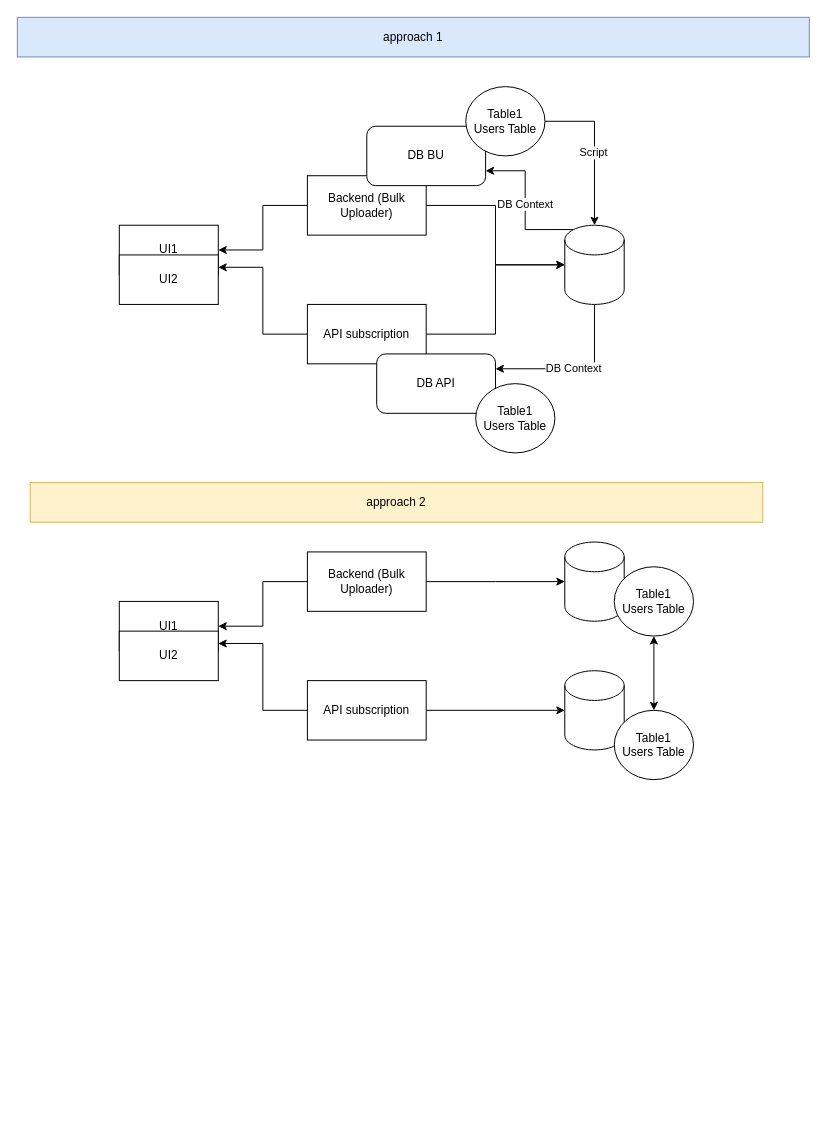
The draw.io diagram page "Page-2" (2 of 2) of Untitled Diagram.drawio in varun-kum/CloudAvenue-Architecture-Center, before the edit. Source tidied: cells renumbered, new cells numbered last; positions are measured from the earlier drawing's top-left corner, leaving out a move shared by most shapes. Both pictures are drawn from the tidied source at 99%, with x=0, y=0 at pixel (17, 17).
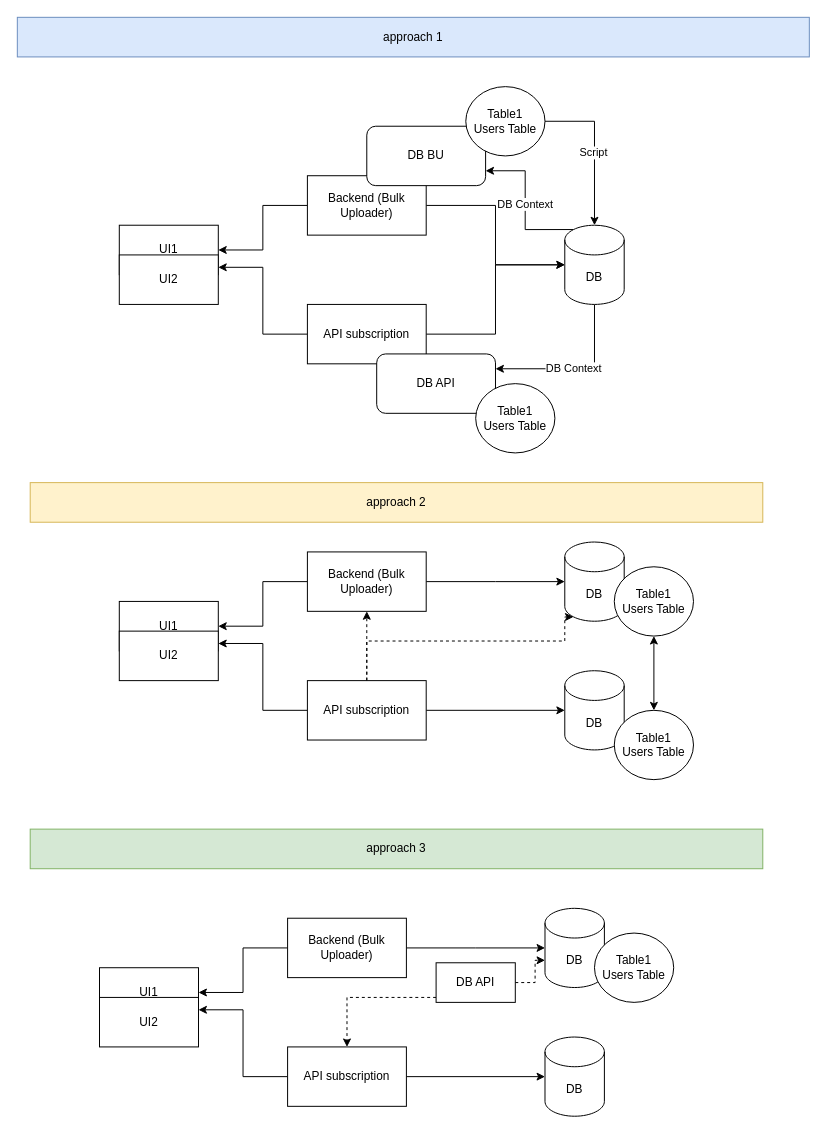
Above is the later version.

The change refers to these unchanged cells:
```xml
<mxCell id="17" value="Backend (Bulk Uploader)" style="rounded=0;whiteSpace=wrap;html=1;" parent="1" vertex="1">
  <mxGeometry x="293" y="540" width="120" height="60" as="geometry" />
</mxCell>
<mxCell id="22" value="API subscription" style="rounded=0;whiteSpace=wrap;html=1;" parent="1" vertex="1">
  <mxGeometry x="293" y="670" width="120" height="60" as="geometry" />
</mxCell>
```

Change to the diagram source:
```diff
@@
-    <mxCell id="9" style="shape=cylinder3;whiteSpace=wrap;html=1;boundedLbl=1;backgroundOutline=1;size=15;" parent="1" vertex="1">
+    <mxCell id="9" value="DB" style="shape=cylinder3;whiteSpace=wrap;html=1;boundedLbl=1;backgroundOutline=1;size=15;" parent="1" vertex="1">
       <mxGeometry x="553" y="210" width="60" height="80" as="geometry" />
     </mxCell>
@@
-    <mxCell id="18" style="shape=cylinder3;whiteSpace=wrap;html=1;boundedLbl=1;backgroundOutline=1;size=15;" parent="1" vertex="1">
+    <mxCell id="18" value="DB" style="shape=cylinder3;whiteSpace=wrap;html=1;boundedLbl=1;backgroundOutline=1;size=15;" parent="1" vertex="1">
       <mxGeometry x="553" y="530" width="60" height="80" as="geometry" />
     </mxCell>
@@
+    <mxCell id="35" style="edgeStyle=orthogonalEdgeStyle;rounded=0;jettySize=auto;html=1;entryX=0.145;entryY=1;entryDx=0;entryDy=-4.35;entryPerimeter=0;dashed=1;" parent="1" edge="1" source="22" target="18">
+      <mxGeometry relative="1" as="geometry">
+        <Array as="points">
+          <mxPoint x="353" y="630" />
+          <mxPoint x="553" y="630" />
+          <mxPoint x="553" y="606" />
+        </Array>
+      </mxGeometry>
+    </mxCell>
+    <mxCell id="36" style="edgeStyle=orthogonalEdgeStyle;rounded=0;jettySize=auto;html=1;entryX=0.5;entryY=1;entryDx=0;entryDy=0;dashed=1;" parent="1" edge="1" source="22" target="17">
+      <mxGeometry relative="1" as="geometry" />
+    </mxCell>
@@
-    <mxCell id="23" style="shape=cylinder3;whiteSpace=wrap;html=1;boundedLbl=1;backgroundOutline=1;size=15;" parent="1" vertex="1">
+    <mxCell id="23" value="DB" style="shape=cylinder3;whiteSpace=wrap;html=1;boundedLbl=1;backgroundOutline=1;size=15;" parent="1" vertex="1">
       <mxGeometry x="553" y="660" width="60" height="80" as="geometry" />
     </mxCell>
@@
+    <mxCell id="37" value="approach 3" style="rounded=0;whiteSpace=wrap;html=1;fillColor=#d5e8d4;strokeColor=#82b366;" parent="1" vertex="1">
+      <mxGeometry x="13" y="820" width="740" height="40" as="geometry" />
+    </mxCell>
+    <mxCell id="38" value="UI1" style="rounded=0;whiteSpace=wrap;html=1;" parent="1" vertex="1">
+      <mxGeometry x="83" y="960" width="100" height="50" as="geometry" />
+    </mxCell>
+    <mxCell id="39" style="edgeStyle=orthogonalEdgeStyle;rounded=0;jettySize=auto;html=1;entryX=1;entryY=0.5;entryDx=0;entryDy=0;" parent="1" edge="1" source="41" target="38">
+      <mxGeometry relative="1" as="geometry" />
+    </mxCell>
+    <mxCell id="40" style="edgeStyle=orthogonalEdgeStyle;rounded=0;jettySize=auto;html=1;" parent="1" edge="1" source="41">
+      <mxGeometry relative="1" as="geometry">
+        <mxPoint x="533" y="940" as="targetPoint" />
+      </mxGeometry>
+    </mxCell>
+    <mxCell id="41" value="Backend (Bulk Uploader)" style="rounded=0;whiteSpace=wrap;html=1;" parent="1" vertex="1">
+      <mxGeometry x="273" y="910" width="120" height="60" as="geometry" />
+    </mxCell>
+    <mxCell id="42" value="DB" style="shape=cylinder3;whiteSpace=wrap;html=1;boundedLbl=1;backgroundOutline=1;size=15;" parent="1" vertex="1">
+      <mxGeometry x="533" y="900" width="60" height="80" as="geometry" />
+    </mxCell>
+    <mxCell id="43" value="UI2" style="rounded=0;whiteSpace=wrap;html=1;" parent="1" vertex="1">
+      <mxGeometry x="83" y="990" width="100" height="50" as="geometry" />
+    </mxCell>
+    <mxCell id="44" style="edgeStyle=orthogonalEdgeStyle;rounded=0;jettySize=auto;html=1;entryX=1;entryY=0.25;entryDx=0;entryDy=0;" parent="1" edge="1" source="46" target="43">
+      <mxGeometry relative="1" as="geometry" />
+    </mxCell>
+    <mxCell id="45" style="edgeStyle=orthogonalEdgeStyle;rounded=0;jettySize=auto;html=1;entryX=0;entryY=0.5;entryDx=0;entryDy=0;entryPerimeter=0;" parent="1" edge="1" source="46" target="47">
+      <mxGeometry relative="1" as="geometry" />
+    </mxCell>
+    <mxCell id="46" value="API subscription" style="rounded=0;whiteSpace=wrap;html=1;" parent="1" vertex="1">
+      <mxGeometry x="273" y="1040" width="120" height="60" as="geometry" />
+    </mxCell>
+    <mxCell id="47" value="DB" style="shape=cylinder3;whiteSpace=wrap;html=1;boundedLbl=1;backgroundOutline=1;size=15;" parent="1" vertex="1">
+      <mxGeometry x="533" y="1030" width="60" height="80" as="geometry" />
+    </mxCell>
+    <mxCell id="48" value="Table1&lt;br&gt;Users Table" style="ellipse;whiteSpace=wrap;html=1;" parent="1" vertex="1">
+      <mxGeometry x="583" y="925" width="80" height="70" as="geometry" />
+    </mxCell>
+    <mxCell id="49" style="edgeStyle=orthogonalEdgeStyle;rounded=0;jettySize=auto;html=1;entryX=0;entryY=0;entryDx=0;entryDy=52.5;entryPerimeter=0;dashed=1;" parent="1" edge="1" source="51" target="42">
+      <mxGeometry relative="1" as="geometry" />
+    </mxCell>
+    <mxCell id="50" style="edgeStyle=orthogonalEdgeStyle;rounded=0;jettySize=auto;html=1;dashed=1;" parent="1" edge="1" source="51" target="46">
+      <mxGeometry relative="1" as="geometry">
+        <Array as="points">
+          <mxPoint x="333" y="990" />
+        </Array>
+      </mxGeometry>
+    </mxCell>
+    <mxCell id="51" value="DB API" style="rounded=0;whiteSpace=wrap;html=1;" parent="1" vertex="1">
+      <mxGeometry x="423" y="955" width="80" height="40" as="geometry" />
+    </mxCell>
```
